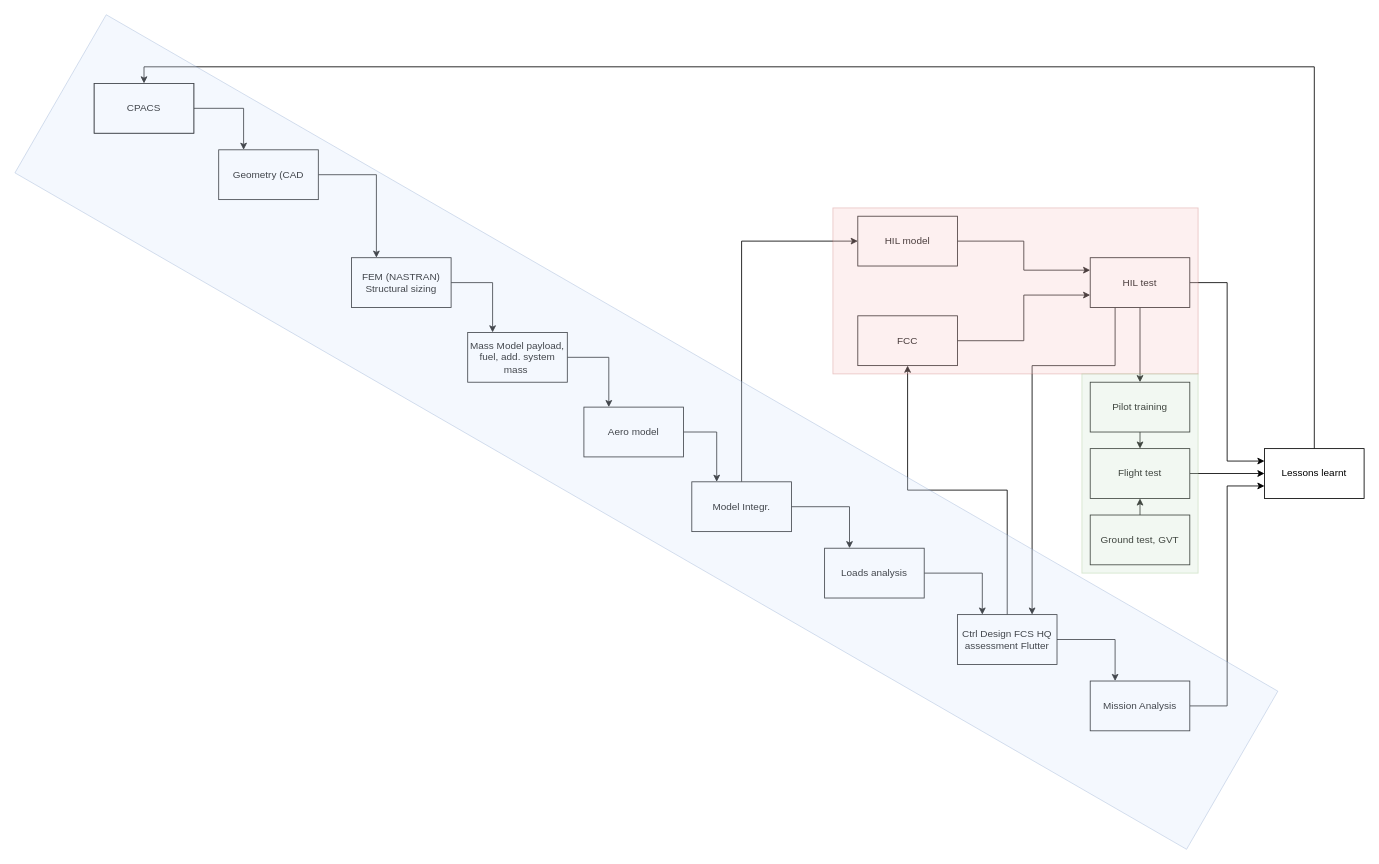
vbnhu/flipased_d14 keeps this draw.io diagram as drawings/Copy of Flipased D1.4.drawio. Above is the earlier version. Source tidied: cells renumbered, new cells numbered last; positions are measured from the earlier drawing's top-left corner, leaving out a move shared by most shapes. Both pictures are drawn from the tidied source at 83%, with x=0, y=0 at pixel (-31, 83).
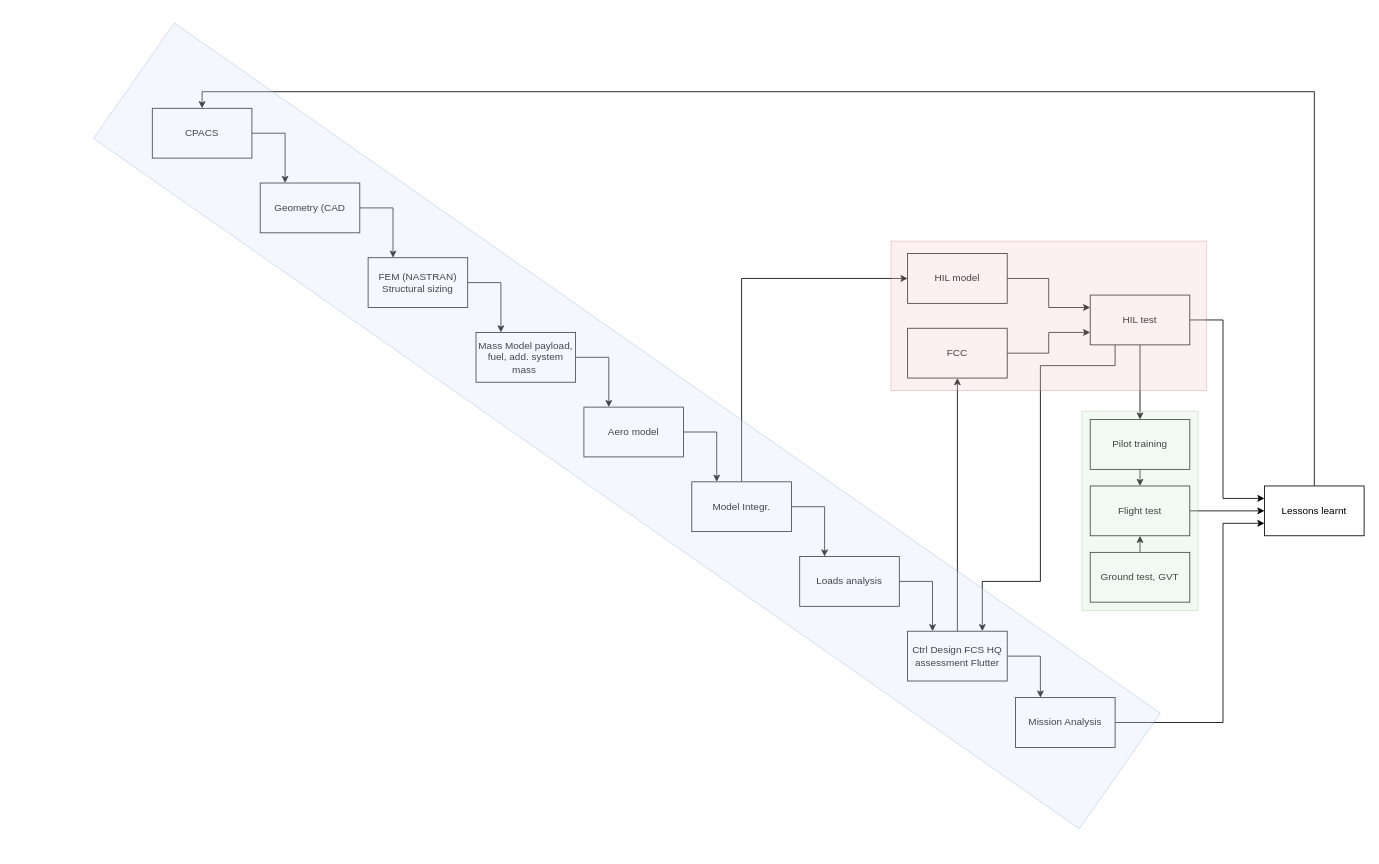
Above is the later version.

The change refers to these unchanged cells:
```xml
<mxCell id="22" value="Model Integr." style="rounded=0;whiteSpace=wrap;html=1;" parent="1" vertex="1">
  <mxGeometry x="870" y="480" width="120" height="60" as="geometry" />
</mxCell>
```

The edit, as a diff of the source:
```diff
@@
-    <mxCell id="2" style="rounded=0;whiteSpace=wrap;html=1;" parent="1" vertex="1">
-      <mxGeometry x="150" width="120" height="60" as="geometry" />
-    </mxCell>
     <mxCell id="3" style="edgeStyle=orthogonalEdgeStyle;rounded=0;jettySize=auto;html=1;exitX=1;exitY=0.5;exitDx=0;exitDy=0;entryX=0;entryY=0.75;entryDx=0;entryDy=0;" parent="1" edge="1" source="4" target="34">
-      <mxGeometry relative="1" as="geometry" />
+      <mxGeometry relative="1" as="geometry">
+        <Array as="points">
+          <mxPoint x="1510" y="770" />
+          <mxPoint x="1510" y="530" />
+        </Array>
+      </mxGeometry>
     </mxCell>
     <mxCell id="4" value="Mission Analysis" style="rounded=0;whiteSpace=wrap;html=1;" parent="1" vertex="1">
-      <mxGeometry x="1350" y="720" width="120" height="60" as="geometry" />
+      <mxGeometry x="1260" y="740" width="120" height="60" as="geometry" />
     </mxCell>
@@
     <mxCell id="6" value="CPACS" style="rounded=0;whiteSpace=wrap;html=1;" parent="1" vertex="1">
-      <mxGeometry x="150" width="120" height="60" as="geometry" />
+      <mxGeometry x="220" y="30" width="120" height="60" as="geometry" />
     </mxCell>
@@
     <mxCell id="8" value="Geometry (CAD" style="rounded=0;whiteSpace=wrap;html=1;" parent="1" vertex="1">
-      <mxGeometry x="300" y="80" width="120" height="60" as="geometry" />
+      <mxGeometry x="350" y="120" width="120" height="60" as="geometry" />
     </mxCell>
@@
     <mxCell id="10" value="Loads analysis" style="rounded=0;whiteSpace=wrap;html=1;" parent="1" vertex="1">
-      <mxGeometry x="1030" y="560" width="120" height="60" as="geometry" />
+      <mxGeometry x="1000" y="570" width="120" height="60" as="geometry" />
     </mxCell>
@@
     <mxCell id="13" value="Ctrl Design FCS HQ assessment Flutter" style="rounded=0;whiteSpace=wrap;html=1;" parent="1" vertex="1">
-      <mxGeometry x="1190" y="640" width="120" height="60" as="geometry" />
+      <mxGeometry x="1130" y="660" width="120" height="60" as="geometry" />
     </mxCell>
@@
     <mxCell id="17" value="Mass Model payload, fuel, add. system mass&amp;nbsp;" style="rounded=0;whiteSpace=wrap;html=1;" parent="1" vertex="1">
-      <mxGeometry x="600" y="300" width="120" height="60" as="geometry" />
+      <mxGeometry x="610" y="300" width="120" height="60" as="geometry" />
     </mxCell>
@@
     <mxCell id="19" value="FEM (NASTRAN) Structural sizing" style="rounded=0;whiteSpace=wrap;html=1;" parent="1" vertex="1">
-      <mxGeometry x="460" y="210" width="120" height="60" as="geometry" />
+      <mxGeometry x="480" y="210" width="120" height="60" as="geometry" />
     </mxCell>
     <mxCell id="20" style="edgeStyle=orthogonalEdgeStyle;rounded=0;jettySize=auto;html=1;exitX=0.5;exitY=0;exitDx=0;exitDy=0;entryX=0;entryY=0.5;entryDx=0;entryDy=0;" parent="1" edge="1" source="22" target="24">
-      <mxGeometry relative="1" as="geometry" />
+      <mxGeometry relative="1" as="geometry">
+        <Array as="points">
+          <mxPoint x="930" y="235" />
+        </Array>
+      </mxGeometry>
     </mxCell>
@@
     <mxCell id="24" value="HIL model" style="rounded=0;whiteSpace=wrap;html=1;" parent="1" vertex="1">
-      <mxGeometry x="1070" y="160" width="120" height="60" as="geometry" />
+      <mxGeometry x="1130" y="205" width="120" height="60" as="geometry" />
     </mxCell>
@@
     <mxCell id="26" value="FCC" style="rounded=0;whiteSpace=wrap;html=1;" parent="1" vertex="1">
-      <mxGeometry x="1070" y="280" width="120" height="60" as="geometry" />
+      <mxGeometry x="1130" y="295" width="120" height="60" as="geometry" />
     </mxCell>
@@
     <mxCell id="28" style="edgeStyle=orthogonalEdgeStyle;rounded=0;jettySize=auto;html=1;exitX=0.25;exitY=1;exitDx=0;exitDy=0;entryX=0.75;entryY=0;entryDx=0;entryDy=0;" parent="1" edge="1" source="30" target="13">
       <mxGeometry relative="1" as="geometry">
         <Array as="points">
           <mxPoint x="1380" y="340" />
-          <mxPoint x="1280" y="340" />
+          <mxPoint x="1290" y="340" />
+          <mxPoint x="1290" y="600" />
+          <mxPoint x="1220" y="600" />
         </Array>
       </mxGeometry>
     </mxCell>
     <mxCell id="29" style="edgeStyle=orthogonalEdgeStyle;rounded=0;jettySize=auto;html=1;exitX=1;exitY=0.5;exitDx=0;exitDy=0;entryX=0;entryY=0.25;entryDx=0;entryDy=0;" parent="1" edge="1" source="30" target="34">
-      <mxGeometry relative="1" as="geometry" />
+      <mxGeometry relative="1" as="geometry">
+        <Array as="points">
+          <mxPoint x="1510" y="285" />
+          <mxPoint x="1510" y="500" />
+        </Array>
+      </mxGeometry>
     </mxCell>
     <mxCell id="30" value="HIL test" style="rounded=0;whiteSpace=wrap;html=1;" parent="1" vertex="1">
-      <mxGeometry x="1350" y="210" width="120" height="60" as="geometry" />
+      <mxGeometry x="1350" y="255" width="120" height="60" as="geometry" />
     </mxCell>
     <mxCell id="31" style="edgeStyle=orthogonalEdgeStyle;rounded=0;jettySize=auto;html=1;exitX=0.5;exitY=0;exitDx=0;exitDy=0;entryX=0.5;entryY=0;entryDx=0;entryDy=0;" parent="1" edge="1" source="34" target="6">
-      <mxGeometry relative="1" as="geometry" />
+      <mxGeometry relative="1" as="geometry">
+        <Array as="points">
+          <mxPoint x="1620" y="10" />
+          <mxPoint x="280" y="10" />
+        </Array>
+      </mxGeometry>
     </mxCell>
@@
     <mxCell id="33" value="Flight test" style="rounded=0;whiteSpace=wrap;html=1;" parent="1" vertex="1">
-      <mxGeometry x="1350" y="440" width="120" height="60" as="geometry" />
+      <mxGeometry x="1350" y="485" width="120" height="60" as="geometry" />
     </mxCell>
     <mxCell id="34" value="Lessons learnt" style="rounded=0;whiteSpace=wrap;html=1;" parent="1" vertex="1">
-      <mxGeometry x="1560" y="440" width="120" height="60" as="geometry" />
+      <mxGeometry x="1560" y="485" width="120" height="60" as="geometry" />
     </mxCell>
-    <mxCell id="35" style="rounded=0;whiteSpace=wrap;html=1;rotation=30;opacity=30;fillColor=#dae8fc;strokeColor=#6c8ebf;" parent="1" vertex="1">
-      <mxGeometry x="0.3" y="310" width="1630" height="220" as="geometry" />
+    <mxCell id="35" style="rounded=0;whiteSpace=wrap;html=1;rotation=35;opacity=30;fillColor=#dae8fc;strokeColor=#6c8ebf;" parent="1" vertex="1">
+      <mxGeometry x="66.8" y="327.6" width="1450" height="169.9" as="geometry" />
     </mxCell>
-    <mxCell id="36" style="rounded=0;whiteSpace=wrap;html=1;rotation=0;opacity=30;fillColor=#f8cecc;strokeColor=#b85450;" parent="1" vertex="1">
-      <mxGeometry x="1040" y="150" width="440" height="200" as="geometry" />
-    </mxCell>
@@
     <mxCell id="38" value="Pilot training" style="rounded=0;whiteSpace=wrap;html=1;" parent="1" vertex="1">
-      <mxGeometry x="1350" y="360" width="120" height="60" as="geometry" />
+      <mxGeometry x="1350" y="405" width="120" height="60" as="geometry" />
     </mxCell>
@@
     <mxCell id="40" value="Ground test, GVT" style="rounded=0;whiteSpace=wrap;html=1;" parent="1" vertex="1">
-      <mxGeometry x="1350" y="520" width="120" height="60" as="geometry" />
+      <mxGeometry x="1350" y="565" width="120" height="60" as="geometry" />
     </mxCell>
     <mxCell id="41" style="rounded=0;whiteSpace=wrap;html=1;rotation=0;opacity=30;fillColor=#d5e8d4;strokeColor=#82b366;" parent="1" vertex="1">
-      <mxGeometry x="1340" y="350" width="140" height="240" as="geometry" />
+      <mxGeometry x="1340" y="395" width="140" height="240" as="geometry" />
     </mxCell>
+    <mxCell id="42" style="rounded=0;whiteSpace=wrap;html=1;rotation=0;opacity=30;fillColor=#f8cecc;strokeColor=#b85450;" parent="1" vertex="1">
+      <mxGeometry x="1110" y="190" width="380" height="180" as="geometry" />
+    </mxCell>
```
